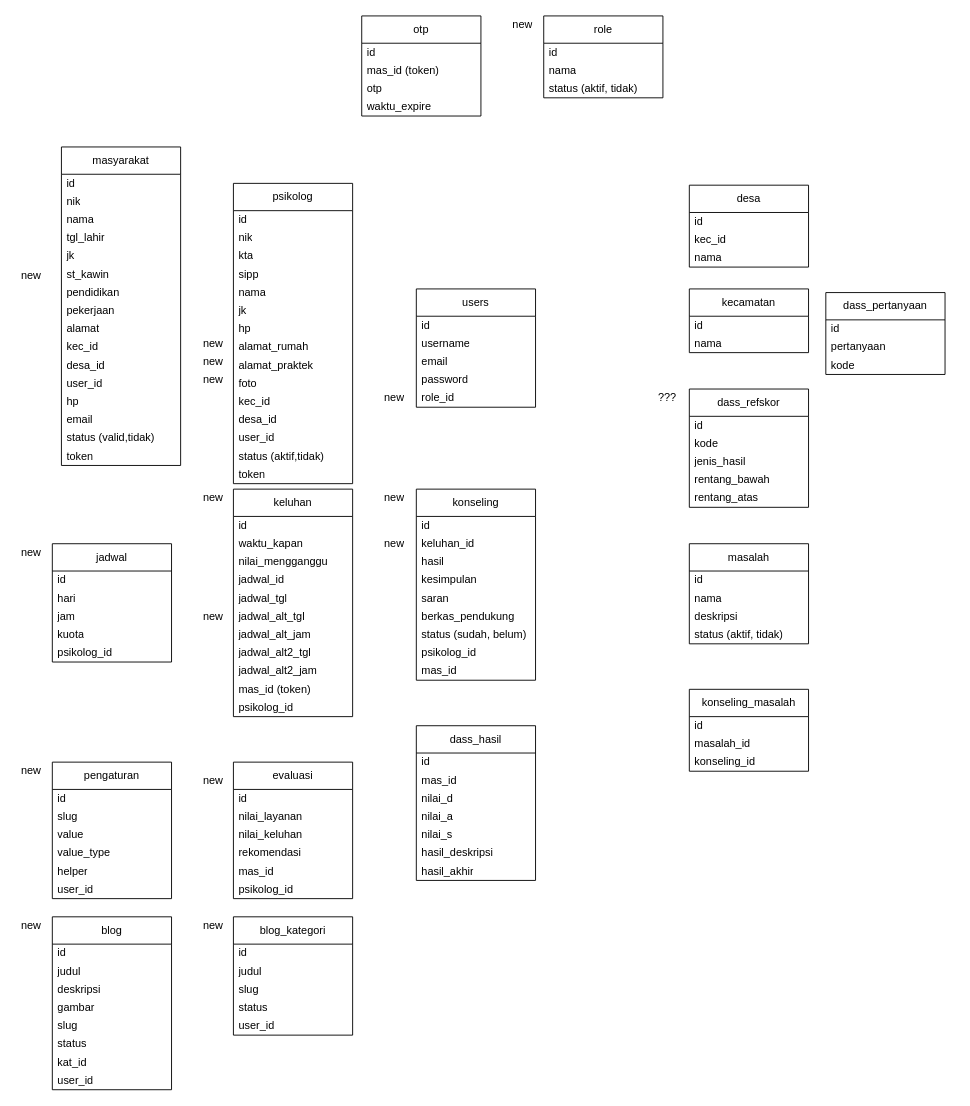
The draw.io diagram env_designs/erd_dmb.drawio in zeneight/drawio, before the edit. Source tidied: cells renumbered, new cells numbered last; positions are measured from the earlier drawing's top-left corner, leaving out a move shared by most shapes. Both pictures are drawn from the tidied source at 91%, with x=0, y=0 at pixel (15, 15).
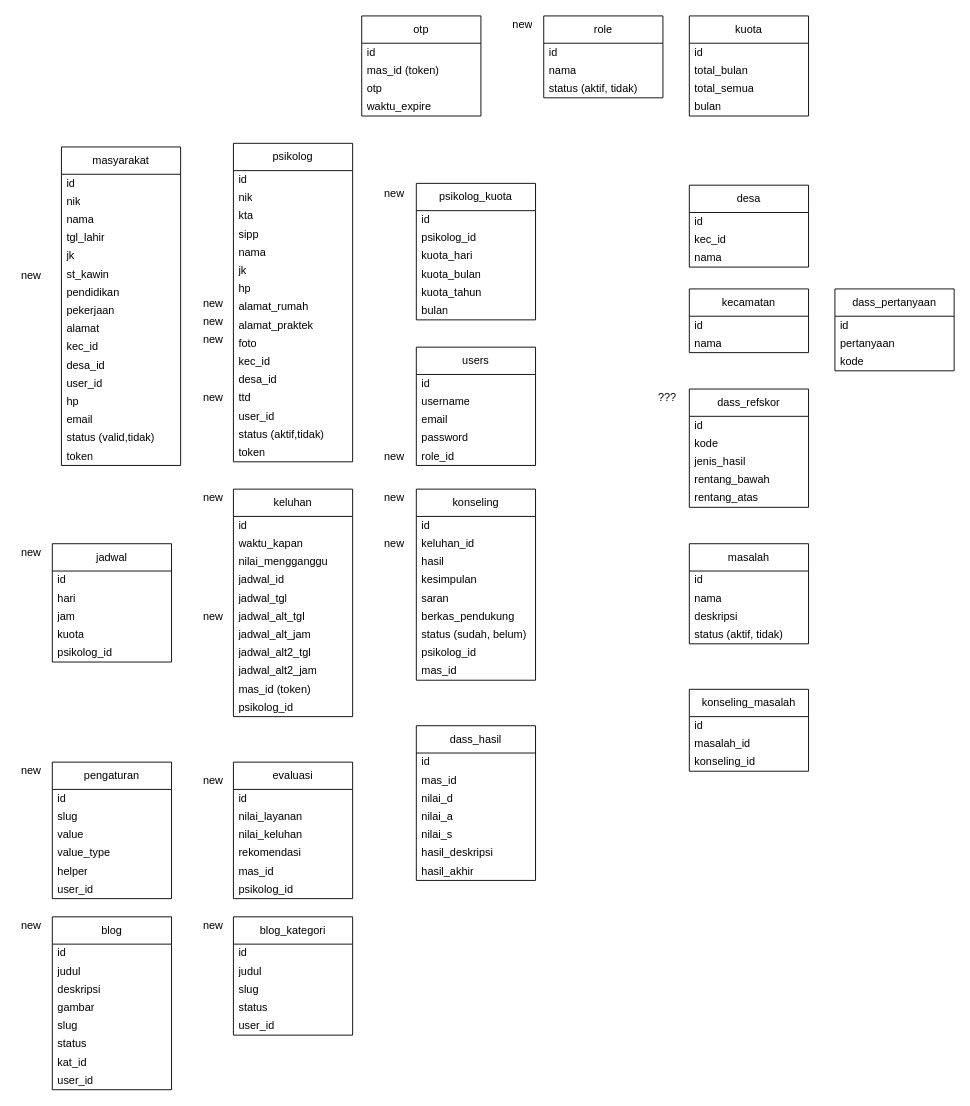
Above is the later version.

The edit, as a diff of the source:
```diff
@@
     <mxCell id="19" value="psikolog" style="swimlane;fontStyle=0;horizontal=1;startSize=30;whiteSpace=wrap;html=1;" parent="1" vertex="1">
-      <mxGeometry x="239" y="184" width="131" height="330" as="geometry" />
+      <mxGeometry x="239" y="140" width="131" height="350" as="geometry" />
     </mxCell>
@@
-    <mxCell id="32" value="user_id" style="text;strokeColor=none;fillColor=none;align=left;verticalAlign=middle;spacingLeft=4;spacingRight=4;overflow=hidden;whiteSpace=wrap;html=1;" parent="19" vertex="1">
+    <mxCell id="32" value="ttd" style="text;strokeColor=none;fillColor=none;align=left;verticalAlign=middle;spacingLeft=4;spacingRight=4;overflow=hidden;whiteSpace=wrap;html=1;" parent="19" vertex="1">
       <mxGeometry y="270" width="131" height="20" as="geometry" />
     </mxCell>
+    <mxCell id="157" value="user_id" style="text;strokeColor=none;fillColor=none;align=left;verticalAlign=middle;spacingLeft=4;spacingRight=4;overflow=hidden;whiteSpace=wrap;html=1;" parent="19" vertex="1">
+      <mxGeometry y="290" width="131" height="20" as="geometry" />
+    </mxCell>
     <mxCell id="33" value="status (aktif,tidak)" style="text;strokeColor=none;fillColor=none;align=left;verticalAlign=middle;spacingLeft=4;spacingRight=4;overflow=hidden;whiteSpace=wrap;html=1;" parent="19" vertex="1">
-      <mxGeometry y="290" width="131" height="20" as="geometry" />
+      <mxGeometry y="310" width="131" height="20" as="geometry" />
     </mxCell>
     <mxCell id="34" value="token" style="text;strokeColor=none;fillColor=none;align=left;verticalAlign=middle;spacingLeft=4;spacingRight=4;overflow=hidden;whiteSpace=wrap;html=1;" parent="19" vertex="1">
-      <mxGeometry y="310" width="131" height="20" as="geometry" />
+      <mxGeometry y="330" width="131" height="20" as="geometry" />
     </mxCell>
     <mxCell id="35" value="users" style="swimlane;fontStyle=0;horizontal=1;startSize=30;whiteSpace=wrap;html=1;" parent="1" vertex="1">
-      <mxGeometry x="440" y="300" width="131" height="130" as="geometry" />
+      <mxGeometry x="440" y="364" width="131" height="130" as="geometry" />
     </mxCell>
@@
     <mxCell id="76" value="dass_pertanyaan" style="swimlane;fontStyle=0;horizontal=1;startSize=30;whiteSpace=wrap;html=1;" parent="1" vertex="1">
-      <mxGeometry x="890" y="304" width="131" height="90" as="geometry" />
+      <mxGeometry x="900" y="300" width="131" height="90" as="geometry" />
     </mxCell>
@@
     <mxCell id="114" value="new" style="text;strokeColor=none;fillColor=none;align=left;verticalAlign=middle;spacingLeft=4;spacingRight=4;overflow=hidden;whiteSpace=wrap;html=1;" parent="1" vertex="1">
-      <mxGeometry x="399" y="410" width="50" height="20" as="geometry" />
+      <mxGeometry x="399" y="474" width="50" height="20" as="geometry" />
     </mxCell>
     <mxCell id="115" value="new" style="text;strokeColor=none;fillColor=none;align=left;verticalAlign=middle;spacingLeft=4;spacingRight=4;overflow=hidden;whiteSpace=wrap;html=1;" parent="1" vertex="1">
-      <mxGeometry x="200" y="350" width="50" height="20" as="geometry" />
+      <mxGeometry x="200" y="306" width="50" height="20" as="geometry" />
     </mxCell>
     <mxCell id="116" value="new" style="text;strokeColor=none;fillColor=none;align=left;verticalAlign=middle;spacingLeft=4;spacingRight=4;overflow=hidden;whiteSpace=wrap;html=1;" parent="1" vertex="1">
-      <mxGeometry x="200" y="370" width="50" height="20" as="geometry" />
+      <mxGeometry x="200" y="326" width="50" height="20" as="geometry" />
     </mxCell>
     <mxCell id="117" value="new" style="text;strokeColor=none;fillColor=none;align=left;verticalAlign=middle;spacingLeft=4;spacingRight=4;overflow=hidden;whiteSpace=wrap;html=1;" parent="1" vertex="1">
-      <mxGeometry x="200" y="390" width="50" height="20" as="geometry" />
+      <mxGeometry x="200" y="346" width="50" height="20" as="geometry" />
     </mxCell>
@@
+    <mxCell id="158" value="psikolog_kuota" style="swimlane;fontStyle=0;horizontal=1;startSize=30;whiteSpace=wrap;html=1;" parent="1" vertex="1">
+      <mxGeometry x="440" y="184" width="131" height="150" as="geometry" />
+    </mxCell>
+    <mxCell id="159" value="id" style="text;strokeColor=none;fillColor=none;align=left;verticalAlign=middle;spacingLeft=4;spacingRight=4;overflow=hidden;whiteSpace=wrap;html=1;" parent="158" vertex="1">
+      <mxGeometry y="30" width="131" height="20" as="geometry" />
+    </mxCell>
+    <mxCell id="160" value="psikolog_id" style="text;strokeColor=none;fillColor=none;align=left;verticalAlign=middle;spacingLeft=4;spacingRight=4;overflow=hidden;whiteSpace=wrap;html=1;" parent="158" vertex="1">
+      <mxGeometry y="50" width="131" height="20" as="geometry" />
+    </mxCell>
+    <mxCell id="161" value="kuota_hari" style="text;strokeColor=none;fillColor=none;align=left;verticalAlign=middle;spacingLeft=4;spacingRight=4;overflow=hidden;whiteSpace=wrap;html=1;" parent="158" vertex="1">
+      <mxGeometry y="70" width="131" height="20" as="geometry" />
+    </mxCell>
+    <mxCell id="162" value="kuota_bulan" style="text;strokeColor=none;fillColor=none;align=left;verticalAlign=middle;spacingLeft=4;spacingRight=4;overflow=hidden;whiteSpace=wrap;html=1;" parent="158" vertex="1">
+      <mxGeometry y="90" width="131" height="20" as="geometry" />
+    </mxCell>
+    <mxCell id="163" value="kuota_tahun" style="text;strokeColor=none;fillColor=none;align=left;verticalAlign=middle;spacingLeft=4;spacingRight=4;overflow=hidden;whiteSpace=wrap;html=1;" parent="158" vertex="1">
+      <mxGeometry y="110" width="131" height="20" as="geometry" />
+    </mxCell>
+    <mxCell id="164" value="bulan" style="text;strokeColor=none;fillColor=none;align=left;verticalAlign=middle;spacingLeft=4;spacingRight=4;overflow=hidden;whiteSpace=wrap;html=1;" parent="158" vertex="1">
+      <mxGeometry y="130" width="131" height="20" as="geometry" />
+    </mxCell>
+    <mxCell id="165" value="new" style="text;strokeColor=none;fillColor=none;align=left;verticalAlign=middle;spacingLeft=4;spacingRight=4;overflow=hidden;whiteSpace=wrap;html=1;" parent="1" vertex="1">
+      <mxGeometry x="399" y="186" width="50" height="20" as="geometry" />
+    </mxCell>
+    <mxCell id="166" value="new" style="text;strokeColor=none;fillColor=none;align=left;verticalAlign=middle;spacingLeft=4;spacingRight=4;overflow=hidden;whiteSpace=wrap;html=1;" parent="1" vertex="1">
+      <mxGeometry x="200" y="410" width="50" height="20" as="geometry" />
+    </mxCell>
+    <mxCell id="167" value="kuota" style="swimlane;fontStyle=0;horizontal=1;startSize=30;whiteSpace=wrap;html=1;" parent="1" vertex="1">
+      <mxGeometry x="740" width="131" height="110" as="geometry" />
+    </mxCell>
+    <mxCell id="168" value="id" style="text;strokeColor=none;fillColor=none;align=left;verticalAlign=middle;spacingLeft=4;spacingRight=4;overflow=hidden;whiteSpace=wrap;html=1;" parent="167" vertex="1">
+      <mxGeometry y="30" width="131" height="20" as="geometry" />
+    </mxCell>
+    <mxCell id="169" value="total_bulan" style="text;strokeColor=none;fillColor=none;align=left;verticalAlign=middle;spacingLeft=4;spacingRight=4;overflow=hidden;whiteSpace=wrap;html=1;" parent="167" vertex="1">
+      <mxGeometry y="50" width="131" height="20" as="geometry" />
+    </mxCell>
+    <mxCell id="170" value="total_semua" style="text;strokeColor=none;fillColor=none;align=left;verticalAlign=middle;spacingLeft=4;spacingRight=4;overflow=hidden;whiteSpace=wrap;html=1;" parent="167" vertex="1">
+      <mxGeometry y="70" width="131" height="20" as="geometry" />
+    </mxCell>
+    <mxCell id="171" value="bulan" style="text;strokeColor=none;fillColor=none;align=left;verticalAlign=middle;spacingLeft=4;spacingRight=4;overflow=hidden;whiteSpace=wrap;html=1;" parent="167" vertex="1">
+      <mxGeometry y="90" width="131" height="20" as="geometry" />
+    </mxCell>
```
